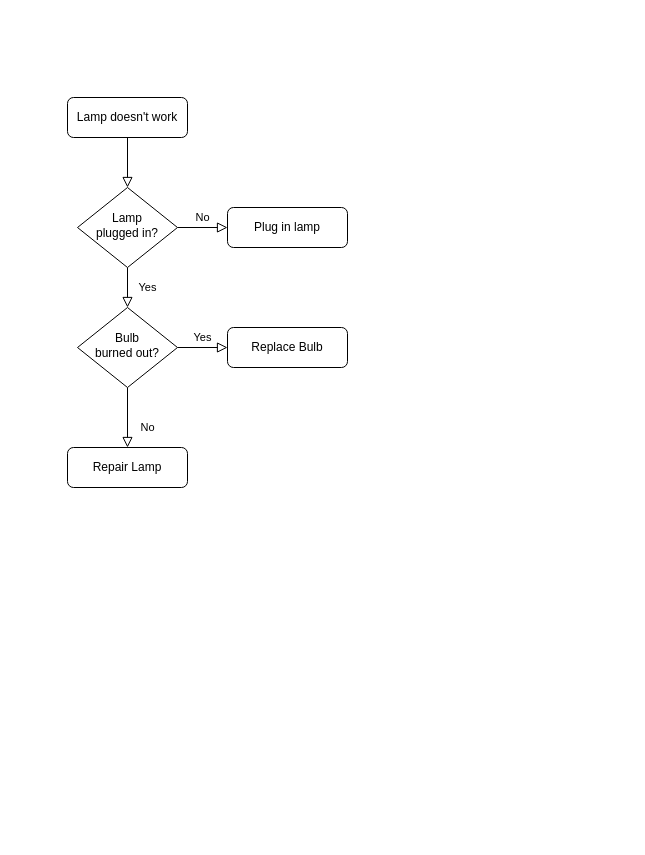
This is aluminapp flowchart.drawio from Badigribz/alumniapp, a draw.io file, before an edit. Source tidied: cells renumbered, new cells numbered last; positions are measured from the earlier drawing's top-left corner, leaving out a move shared by most shapes. Both pictures are drawn from the tidied source at 100%, with x=0, y=0 at pixel (67, 97).
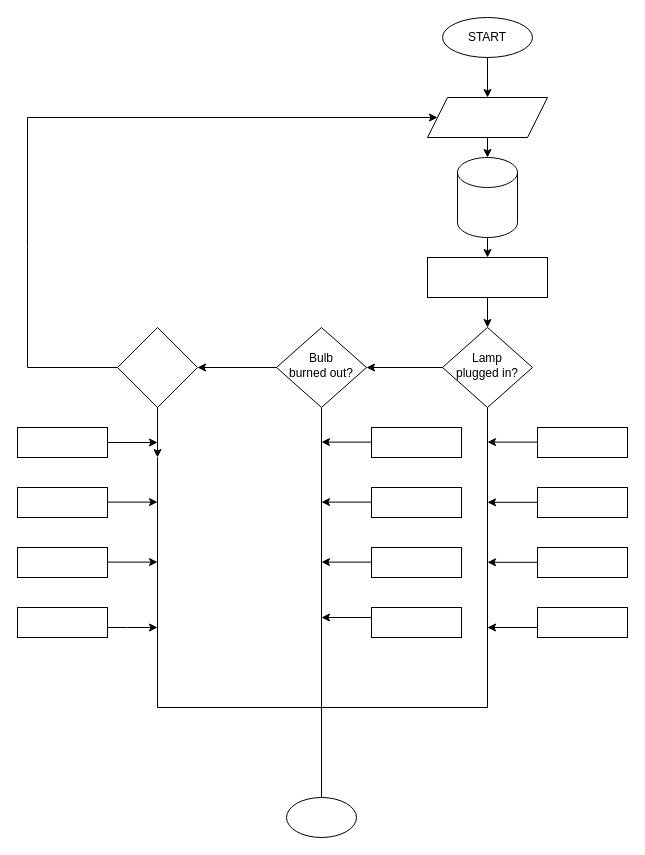
The same page after the edit.

Change to the diagram source:
```diff
@@
-    <mxCell id="2" style="rounded=0;html=1;jettySize=auto;fontSize=11;endArrow=block;endFill=0;endSize=8;strokeWidth=1;shadow=0;labelBackgroundColor=none;edgeStyle=orthogonalEdgeStyle;" parent="1" edge="1" source="3" target="6">
-      <mxGeometry relative="1" as="geometry" />
-    </mxCell>
-    <mxCell id="3" value="Lamp doesn't work" style="rounded=1;whiteSpace=wrap;html=1;fontSize=12;glass=0;strokeWidth=1;shadow=0;" parent="1" vertex="1">
-      <mxGeometry width="120" height="40" as="geometry" />
-    </mxCell>
+    <mxCell id="6" value="Lamp&lt;br&gt;plugged in?" style="rhombus;whiteSpace=wrap;html=1;shadow=0;fontFamily=Helvetica;fontSize=12;align=center;strokeWidth=1;spacing=6;spacingTop=-4;" parent="1" vertex="1">
+      <mxGeometry x="375" y="230" width="90" height="80" as="geometry" />
+    </mxCell>
+    <mxCell id="13" style="edgeStyle=orthogonalEdgeStyle;rounded=0;jettySize=auto;html=1;exitX=0;exitY=0.5;exitDx=0;exitDy=0;entryX=1;entryY=0.5;entryDx=0;entryDy=0;" parent="1" edge="1" source="10" target="19">
+      <mxGeometry relative="1" as="geometry" />
+    </mxCell>
+    <mxCell id="10" value="Bulb&lt;br&gt;burned out?" style="rhombus;whiteSpace=wrap;html=1;shadow=0;fontFamily=Helvetica;fontSize=12;align=center;strokeWidth=1;spacing=6;spacingTop=-4;" parent="1" vertex="1">
+      <mxGeometry x="209" y="230" width="90" height="80" as="geometry" />
+    </mxCell>
+    <mxCell id="14" style="shape=parallelogram;perimeter=parallelogramPerimeter;whiteSpace=wrap;html=1;fixedSize=1;" parent="1" vertex="1">
+      <mxGeometry x="360" width="120" height="40" as="geometry" />
+    </mxCell>
+    <mxCell id="15" value="START" style="ellipse;whiteSpace=wrap;html=1;" parent="1" vertex="1">
+      <mxGeometry x="375" y="-80" width="90" height="40" as="geometry" />
+    </mxCell>
+    <mxCell id="16" style="shape=cylinder3;whiteSpace=wrap;html=1;boundedLbl=1;backgroundOutline=1;size=15;" parent="1" vertex="1">
+      <mxGeometry x="390" y="60" width="60" height="80" as="geometry" />
+    </mxCell>
+    <mxCell id="17" style="edgeStyle=orthogonalEdgeStyle;rounded=0;jettySize=auto;html=1;exitX=0.5;exitY=1;exitDx=0;exitDy=0;entryX=0.5;entryY=0;entryDx=0;entryDy=0;" parent="1" edge="1" source="18" target="6">
+      <mxGeometry relative="1" as="geometry" />
+    </mxCell>
+    <mxCell id="18" style="rounded=0;whiteSpace=wrap;html=1;" parent="1" vertex="1">
+      <mxGeometry x="360" y="160" width="120" height="40" as="geometry" />
+    </mxCell>
+    <mxCell id="19" style="rhombus;whiteSpace=wrap;html=1;" parent="1" vertex="1">
+      <mxGeometry x="50" y="230" width="80" height="80" as="geometry" />
+    </mxCell>
+    <mxCell id="20" style="endArrow=classic;html=1;rounded=0;entryX=0.5;entryY=0;entryDx=0;entryDy=0;exitX=0.5;exitY=1;exitDx=0;exitDy=0;exitPerimeter=0;" parent="1" edge="1" source="16" target="18">
+      <mxGeometry relative="1" as="geometry" />
+    </mxCell>
+    <mxCell id="21" style="ellipse;whiteSpace=wrap;html=1;" parent="1" vertex="1">
+      <mxGeometry x="219" y="700" width="70" height="40" as="geometry" />
+    </mxCell>
+    <mxCell id="22" style="endArrow=classic;html=1;rounded=0;entryX=0;entryY=0.5;entryDx=0;entryDy=0;exitX=0;exitY=0.5;exitDx=0;exitDy=0;" parent="1" edge="1" source="19" target="14">
+      <mxGeometry relative="1" as="geometry">
+        <Array as="points">
+          <mxPoint x="-40" y="270" />
+          <mxPoint x="-40" y="150" />
+          <mxPoint x="-40" y="20" />
+        </Array>
+      </mxGeometry>
+    </mxCell>
+    <mxCell id="23" style="endArrow=classic;html=1;rounded=0;exitX=0.5;exitY=1;exitDx=0;exitDy=0;" parent="1" edge="1" source="19">
+      <mxGeometry relative="1" as="geometry">
+        <mxPoint x="90" y="360" as="targetPoint" />
+      </mxGeometry>
+    </mxCell>
+    <mxCell id="24" style="endArrow=none;html=1;rounded=0;" parent="1" edge="1">
+      <mxGeometry relative="1" as="geometry">
+        <mxPoint x="90" y="610" as="sourcePoint" />
+        <mxPoint x="90" y="360" as="targetPoint" />
+      </mxGeometry>
+    </mxCell>
+    <mxCell id="25" style="endArrow=none;html=1;rounded=0;" parent="1" edge="1">
+      <mxGeometry relative="1" as="geometry">
+        <mxPoint x="90" y="610" as="sourcePoint" />
+        <mxPoint x="260" y="610" as="targetPoint" />
+      </mxGeometry>
+    </mxCell>
+    <mxCell id="26" style="endArrow=none;html=1;rounded=0;entryX=0.5;entryY=1;entryDx=0;entryDy=0;" parent="1" edge="1" target="6">
+      <mxGeometry relative="1" as="geometry">
+        <mxPoint x="414" y="610" as="sourcePoint" />
+        <Array as="points">
+          <mxPoint x="420" y="610" />
+        </Array>
+      </mxGeometry>
+    </mxCell>
+    <mxCell id="27" style="rounded=0;whiteSpace=wrap;html=1;" parent="1" vertex="1">
+      <mxGeometry x="470" y="330" width="90" height="30" as="geometry" />
+    </mxCell>
+    <mxCell id="28" style="rounded=0;whiteSpace=wrap;html=1;" parent="1" vertex="1">
+      <mxGeometry x="470" y="390" width="90" height="30" as="geometry" />
+    </mxCell>
+    <mxCell id="29" style="rounded=0;whiteSpace=wrap;html=1;" parent="1" vertex="1">
+      <mxGeometry x="470" y="450" width="90" height="30" as="geometry" />
+    </mxCell>
+    <mxCell id="30" style="rounded=0;whiteSpace=wrap;html=1;" parent="1" vertex="1">
+      <mxGeometry x="470" y="510" width="90" height="30" as="geometry" />
+    </mxCell>
+    <mxCell id="31" style="rounded=0;whiteSpace=wrap;html=1;" parent="1" vertex="1">
+      <mxGeometry x="304" y="330" width="90" height="30" as="geometry" />
+    </mxCell>
+    <mxCell id="32" style="rounded=0;whiteSpace=wrap;html=1;" parent="1" vertex="1">
+      <mxGeometry x="304" y="390" width="90" height="30" as="geometry" />
+    </mxCell>
+    <mxCell id="33" style="rounded=0;whiteSpace=wrap;html=1;" parent="1" vertex="1">
+      <mxGeometry x="304" y="450" width="90" height="30" as="geometry" />
+    </mxCell>
+    <mxCell id="34" style="rounded=0;whiteSpace=wrap;html=1;" parent="1" vertex="1">
+      <mxGeometry x="304" y="510" width="90" height="30" as="geometry" />
+    </mxCell>
+    <mxCell id="35" style="rounded=0;whiteSpace=wrap;html=1;" parent="1" vertex="1">
+      <mxGeometry x="-50" y="330" width="90" height="30" as="geometry" />
+    </mxCell>
+    <mxCell id="36" style="rounded=0;whiteSpace=wrap;html=1;" parent="1" vertex="1">
+      <mxGeometry x="-50" y="390" width="90" height="30" as="geometry" />
+    </mxCell>
+    <mxCell id="37" style="rounded=0;whiteSpace=wrap;html=1;" parent="1" vertex="1">
+      <mxGeometry x="-50" y="450" width="90" height="30" as="geometry" />
+    </mxCell>
+    <mxCell id="38" style="rounded=0;whiteSpace=wrap;html=1;" parent="1" vertex="1">
+      <mxGeometry x="-50" y="510" width="90" height="30" as="geometry" />
+    </mxCell>
-    <mxCell id="4" value="Yes" style="rounded=0;html=1;jettySize=auto;fontSize=11;endArrow=block;endFill=0;endSize=8;strokeWidth=1;shadow=0;labelBackgroundColor=none;edgeStyle=orthogonalEdgeStyle;" parent="1" edge="1" source="6" target="10">
-      <mxGeometry y="20" relative="1" as="geometry" />
+    <mxCell id="4" style="endArrow=classic;html=1;rounded=0;entryX=1;entryY=0.5;entryDx=0;entryDy=0;exitX=0;exitY=0.5;exitDx=0;exitDy=0;" parent="1" edge="1" source="6" target="10">
+      <mxGeometry relative="1" as="geometry" />
     </mxCell>
-    <mxCell id="5" value="No" style="edgeStyle=orthogonalEdgeStyle;rounded=0;html=1;jettySize=auto;fontSize=11;endArrow=block;endFill=0;endSize=8;strokeWidth=1;shadow=0;labelBackgroundColor=none;" parent="1" edge="1" source="6" target="7">
-      <mxGeometry y="10" relative="1" as="geometry" />
-    </mxCell>
-    <mxCell id="6" value="Lamp&lt;br&gt;plugged in?" style="rhombus;whiteSpace=wrap;html=1;shadow=0;fontFamily=Helvetica;fontSize=12;align=center;strokeWidth=1;spacing=6;spacingTop=-4;" parent="1" vertex="1">
-      <mxGeometry x="10" y="90" width="100" height="80" as="geometry" />
-    </mxCell>
-    <mxCell id="7" value="Plug in lamp" style="rounded=1;whiteSpace=wrap;html=1;fontSize=12;glass=0;strokeWidth=1;shadow=0;" parent="1" vertex="1">
-      <mxGeometry x="160" y="110" width="120" height="40" as="geometry" />
-    </mxCell>
-    <mxCell id="8" value="No" style="rounded=0;html=1;jettySize=auto;fontSize=11;endArrow=block;endFill=0;endSize=8;strokeWidth=1;shadow=0;labelBackgroundColor=none;edgeStyle=orthogonalEdgeStyle;" parent="1" edge="1" source="10" target="11">
-      <mxGeometry x="0.33" y="20" relative="1" as="geometry" />
-    </mxCell>
-    <mxCell id="9" value="Yes" style="edgeStyle=orthogonalEdgeStyle;rounded=0;html=1;jettySize=auto;fontSize=11;endArrow=block;endFill=0;endSize=8;strokeWidth=1;shadow=0;labelBackgroundColor=none;" parent="1" edge="1" source="10" target="12">
-      <mxGeometry y="10" relative="1" as="geometry" />
-    </mxCell>
-    <mxCell id="10" value="Bulb&lt;br&gt;burned out?" style="rhombus;whiteSpace=wrap;html=1;shadow=0;fontFamily=Helvetica;fontSize=12;align=center;strokeWidth=1;spacing=6;spacingTop=-4;" parent="1" vertex="1">
-      <mxGeometry x="10" y="210" width="100" height="80" as="geometry" />
-    </mxCell>
-    <mxCell id="11" value="Repair Lamp" style="rounded=1;whiteSpace=wrap;html=1;fontSize=12;glass=0;strokeWidth=1;shadow=0;" parent="1" vertex="1">
-      <mxGeometry y="350" width="120" height="40" as="geometry" />
-    </mxCell>
-    <mxCell id="12" value="Replace Bulb" style="rounded=1;whiteSpace=wrap;html=1;fontSize=12;glass=0;strokeWidth=1;shadow=0;" parent="1" vertex="1">
-      <mxGeometry x="160" y="230" width="120" height="40" as="geometry" />
-    </mxCell>
+    <mxCell id="39" style="endArrow=classic;html=1;rounded=0;exitX=1;exitY=0.5;exitDx=0;exitDy=0;" parent="1" edge="1" source="35">
+      <mxGeometry relative="1" as="geometry">
+        <mxPoint x="90" y="345" as="targetPoint" />
+      </mxGeometry>
+    </mxCell>
+    <mxCell id="40" style="endArrow=classic;html=1;rounded=0;exitX=1;exitY=0.5;exitDx=0;exitDy=0;" parent="1" edge="1">
+      <mxGeometry relative="1" as="geometry">
+        <mxPoint x="40" y="404.6" as="sourcePoint" />
+        <mxPoint x="90" y="404.6" as="targetPoint" />
+      </mxGeometry>
+    </mxCell>
+    <mxCell id="41" style="endArrow=classic;html=1;rounded=0;exitX=1;exitY=0.5;exitDx=0;exitDy=0;" parent="1" edge="1">
+      <mxGeometry relative="1" as="geometry">
+        <mxPoint x="40" y="464.6" as="sourcePoint" />
+        <mxPoint x="90" y="464.6" as="targetPoint" />
+      </mxGeometry>
+    </mxCell>
+    <mxCell id="42" style="endArrow=classic;html=1;rounded=0;exitX=1;exitY=0.5;exitDx=0;exitDy=0;" parent="1" edge="1">
+      <mxGeometry relative="1" as="geometry">
+        <mxPoint x="40" y="530" as="sourcePoint" />
+        <mxPoint x="90" y="530" as="targetPoint" />
+        <Array as="points">
+          <mxPoint x="60" y="530" />
+        </Array>
+      </mxGeometry>
+    </mxCell>
+    <mxCell id="43" style="endArrow=classic;html=1;rounded=0;exitX=1;exitY=0.5;exitDx=0;exitDy=0;" parent="1" edge="1">
+      <mxGeometry relative="1" as="geometry">
+        <mxPoint x="304" y="344.6" as="sourcePoint" />
+        <mxPoint x="254" y="344.6" as="targetPoint" />
+      </mxGeometry>
+    </mxCell>
+    <mxCell id="44" style="endArrow=classic;html=1;rounded=0;exitX=1;exitY=0.5;exitDx=0;exitDy=0;" parent="1" edge="1">
+      <mxGeometry relative="1" as="geometry">
+        <mxPoint x="304" y="404.6" as="sourcePoint" />
+        <mxPoint x="254" y="404.6" as="targetPoint" />
+      </mxGeometry>
+    </mxCell>
+    <mxCell id="45" style="endArrow=classic;html=1;rounded=0;exitX=1;exitY=0.5;exitDx=0;exitDy=0;" parent="1" edge="1">
+      <mxGeometry relative="1" as="geometry">
+        <mxPoint x="304" y="464.6" as="sourcePoint" />
+        <mxPoint x="254" y="464.6" as="targetPoint" />
+      </mxGeometry>
+    </mxCell>
+    <mxCell id="46" style="endArrow=classic;html=1;rounded=0;exitX=1;exitY=0.5;exitDx=0;exitDy=0;" parent="1" edge="1">
+      <mxGeometry relative="1" as="geometry">
+        <mxPoint x="304" y="520" as="sourcePoint" />
+        <mxPoint x="254" y="520" as="targetPoint" />
+      </mxGeometry>
+    </mxCell>
+    <mxCell id="47" style="endArrow=classic;html=1;rounded=0;exitX=1;exitY=0.5;exitDx=0;exitDy=0;" parent="1" edge="1">
+      <mxGeometry relative="1" as="geometry">
+        <mxPoint x="470" y="344.6" as="sourcePoint" />
+        <mxPoint x="420" y="344.6" as="targetPoint" />
+      </mxGeometry>
+    </mxCell>
+    <mxCell id="48" style="endArrow=classic;html=1;rounded=0;exitX=1;exitY=0.5;exitDx=0;exitDy=0;" parent="1" edge="1">
+      <mxGeometry relative="1" as="geometry">
+        <mxPoint x="470" y="404.8" as="sourcePoint" />
+        <mxPoint x="420" y="404.8" as="targetPoint" />
+      </mxGeometry>
+    </mxCell>
+    <mxCell id="49" style="endArrow=classic;html=1;rounded=0;exitX=1;exitY=0.5;exitDx=0;exitDy=0;" parent="1" edge="1">
+      <mxGeometry relative="1" as="geometry">
+        <mxPoint x="470" y="464.8" as="sourcePoint" />
+        <mxPoint x="420" y="464.8" as="targetPoint" />
+      </mxGeometry>
+    </mxCell>
+    <mxCell id="50" style="endArrow=classic;html=1;rounded=0;exitX=1;exitY=0.5;exitDx=0;exitDy=0;" parent="1" edge="1">
+      <mxGeometry relative="1" as="geometry">
+        <mxPoint x="470" y="530" as="sourcePoint" />
+        <mxPoint x="420" y="530" as="targetPoint" />
+      </mxGeometry>
+    </mxCell>
+    <mxCell id="51" style="endArrow=none;html=1;rounded=0;" parent="1" edge="1">
+      <mxGeometry relative="1" as="geometry">
+        <mxPoint x="254" y="610" as="sourcePoint" />
+        <mxPoint x="420" y="610" as="targetPoint" />
+      </mxGeometry>
+    </mxCell>
+    <mxCell id="52" style="endArrow=none;html=1;rounded=0;entryX=0.5;entryY=1;entryDx=0;entryDy=0;" parent="1" edge="1" target="10">
+      <mxGeometry relative="1" as="geometry">
+        <mxPoint x="254" y="700" as="sourcePoint" />
+      </mxGeometry>
+    </mxCell>
+    <mxCell id="53" style="endArrow=classic;html=1;rounded=0;entryX=0.5;entryY=0;entryDx=0;entryDy=0;exitX=0.5;exitY=1;exitDx=0;exitDy=0;" parent="1" edge="1" source="15" target="14">
+      <mxGeometry relative="1" as="geometry" />
+    </mxCell>
+    <mxCell id="54" style="endArrow=classic;html=1;rounded=0;entryX=0.5;entryY=0;entryDx=0;entryDy=0;entryPerimeter=0;exitX=0.5;exitY=1;exitDx=0;exitDy=0;" parent="1" edge="1" source="14" target="16">
+      <mxGeometry relative="1" as="geometry" />
+    </mxCell>
```
